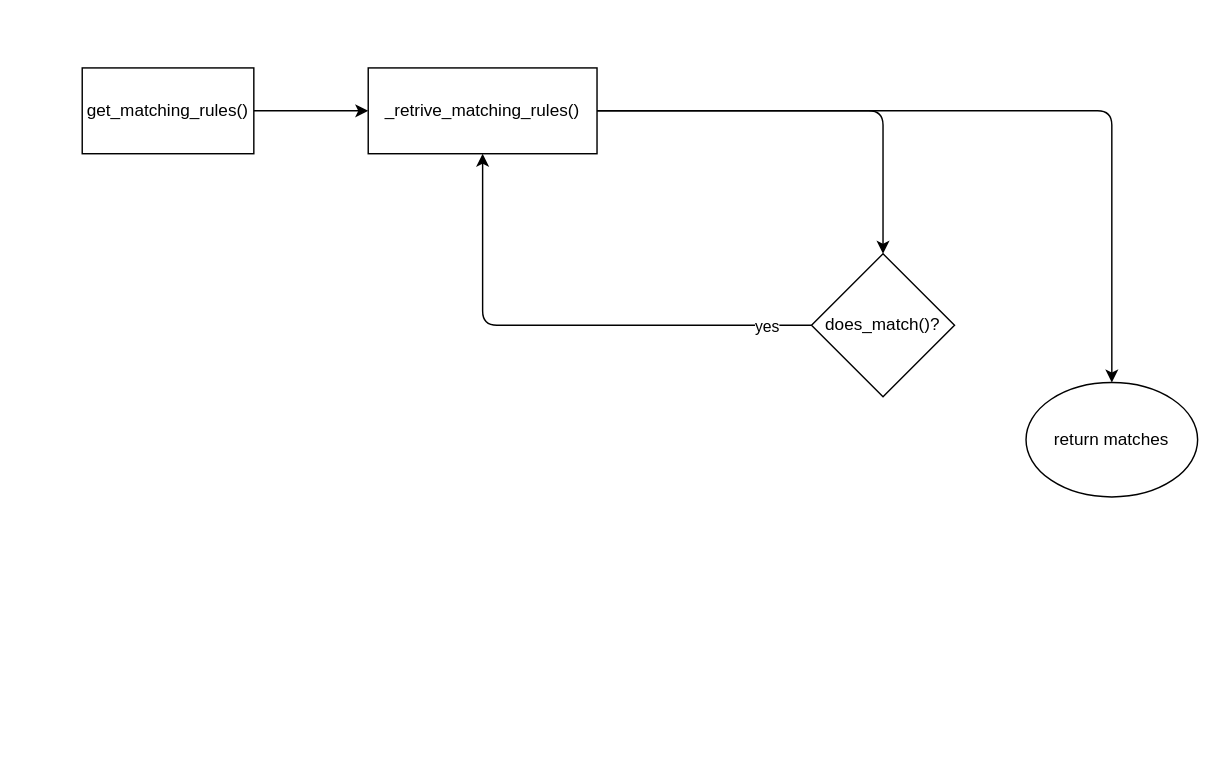
Before: doc/source/development/architecture/diagramms/ruleTree.drawio in fkie-cad/Logprep, a draw.io diagram. Source tidied: cells renumbered, new cells numbered last; positions are measured from the earlier drawing's top-left corner, leaving out a move shared by most shapes. Both pictures are drawn from the tidied source at 143%, with x=0, y=0 at pixel (82, 67).
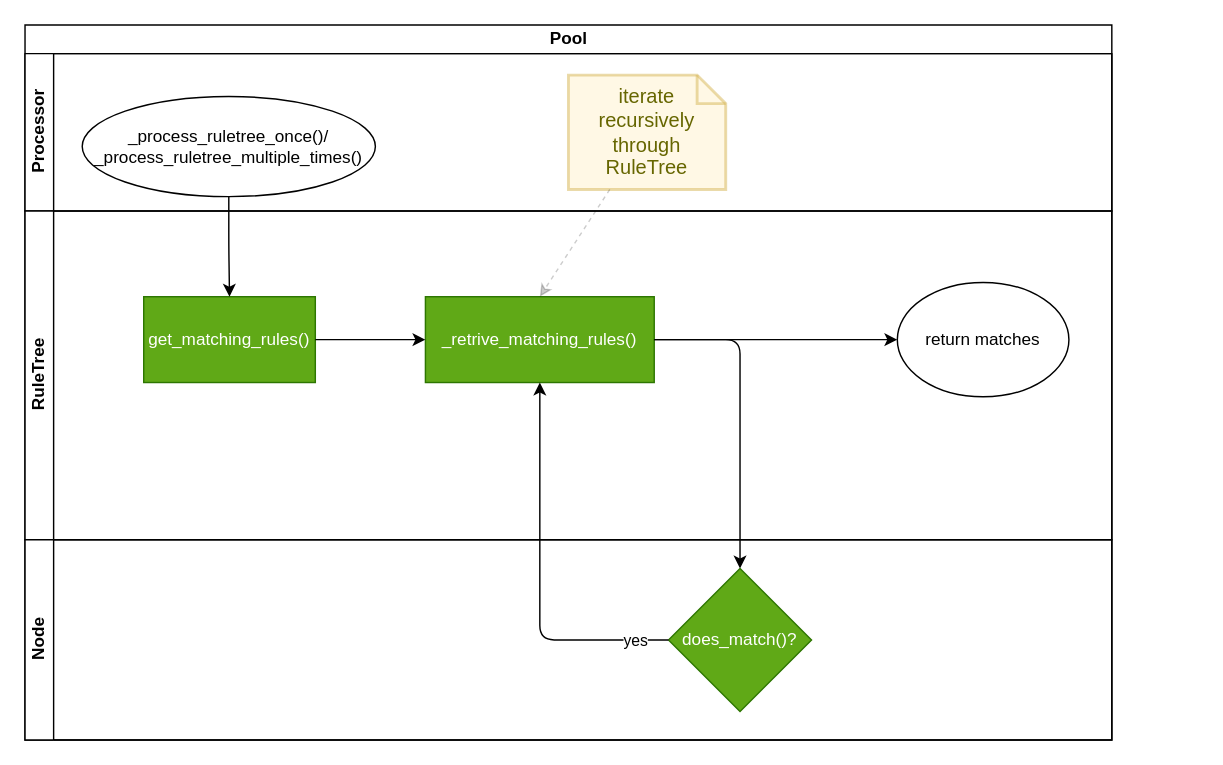
After the change.

Commit message (it also covers changes not shown here):
add html export files and pipelineManager diagramm, update input, output and ruletree diagram

What changed in the source:
```diff
@@
 <mxGraphModel>
   <root>
     <mxCell id="0" />
     <mxCell id="1" parent="0" />
+    <mxCell id="11" value="Pool" style="swimlane;horizontal=1;startSize=20;html=1;" parent="1" vertex="1">
+      <mxGeometry x="-40" y="-30" width="760" height="500" as="geometry" />
+    </mxCell>
+    <mxCell id="12" value="Processor" style="swimlane;startSize=20;horizontal=0;html=1;" parent="11" vertex="1">
+      <mxGeometry y="20" width="760" height="110" as="geometry" />
+    </mxCell>
+    <mxCell id="13" value="_process_ruletree_once()/&lt;br&gt;_process_ruletree_multiple_times()" style="ellipse;whiteSpace=wrap;html=1;" parent="12" vertex="1">
+      <mxGeometry x="40" y="30" width="205" height="70" as="geometry" />
+    </mxCell>
+    <mxCell id="14" value="iterate recursively through RuleTree" style="shape=note;strokeWidth=2;fontSize=14;size=20;whiteSpace=wrap;html=1;fillColor=#fff2cc;strokeColor=#d6b656;fontColor=#666600;opacity=50;" parent="12" vertex="1">
+      <mxGeometry x="380" y="15" width="110" height="80" as="geometry" />
+    </mxCell>
+    <mxCell id="15" value="RuleTree" style="swimlane;startSize=20;horizontal=0;html=1;" parent="11" vertex="1">
+      <mxGeometry y="130" width="760" height="230" as="geometry" />
+    </mxCell>
+    <mxCell id="3" value="get_matching_rules()" style="rounded=0;whiteSpace=wrap;html=1;fillColor=#60a917;fontColor=#ffffff;strokeColor=#2D7600;" parent="15" vertex="1">
+      <mxGeometry x="83" y="60" width="120" height="60" as="geometry" />
+    </mxCell>
+    <mxCell id="6" value="_retrive_matching_rules()" style="whiteSpace=wrap;html=1;rounded=0;fillColor=#60a917;fontColor=#ffffff;strokeColor=#2D7600;" parent="15" vertex="1">
+      <mxGeometry x="280" y="60" width="160" height="60" as="geometry" />
+    </mxCell>
-    <mxCell id="2" style="edgeStyle=orthogonalEdgeStyle;html=1;" parent="1" edge="1" source="3" target="6">
+    <mxCell id="2" style="edgeStyle=orthogonalEdgeStyle;html=1;" parent="15" edge="1" source="3" target="6">
       <mxGeometry relative="1" as="geometry" />
     </mxCell>
-    <mxCell id="3" value="get_matching_rules()" style="rounded=0;whiteSpace=wrap;html=1;" parent="1" vertex="1">
-      <mxGeometry width="120" height="60" as="geometry" />
-    </mxCell>
-    <mxCell id="4" style="edgeStyle=orthogonalEdgeStyle;html=1;exitX=1;exitY=0.5;exitDx=0;exitDy=0;entryX=0.5;entryY=0;entryDx=0;entryDy=0;" parent="1" edge="1" source="6" target="9">
-      <mxGeometry relative="1" as="geometry" />
-    </mxCell>
+    <mxCell id="10" value="return matches" style="ellipse;whiteSpace=wrap;html=1;" parent="15" vertex="1">
+      <mxGeometry x="610" y="50" width="120" height="80" as="geometry" />
+    </mxCell>
-    <mxCell id="5" style="edgeStyle=orthogonalEdgeStyle;html=1;" parent="1" edge="1" source="6" target="10">
+    <mxCell id="5" style="edgeStyle=orthogonalEdgeStyle;html=1;" parent="15" edge="1" source="6" target="10">
       <mxGeometry relative="1" as="geometry" />
     </mxCell>
-    <mxCell id="6" value="_retrive_matching_rules()" style="whiteSpace=wrap;html=1;rounded=0;" parent="1" vertex="1">
-      <mxGeometry x="200" width="160" height="60" as="geometry" />
-    </mxCell>
+    <mxCell id="16" value="Node" style="swimlane;startSize=20;horizontal=0;html=1;" parent="11" vertex="1">
+      <mxGeometry y="360" width="760" height="140" as="geometry" />
+    </mxCell>
+    <mxCell id="9" value="does_match()?" style="rhombus;whiteSpace=wrap;html=1;rounded=0;fillColor=#60a917;fontColor=#ffffff;strokeColor=#2D7600;" parent="16" vertex="1">
+      <mxGeometry x="450" y="20" width="100" height="100" as="geometry" />
+    </mxCell>
+    <mxCell id="17" style="edgeStyle=orthogonalEdgeStyle;html=1;entryX=0.5;entryY=0;entryDx=0;entryDy=0;" parent="11" edge="1" source="13" target="3">
+      <mxGeometry relative="1" as="geometry" />
+    </mxCell>
-    <mxCell id="7" style="edgeStyle=orthogonalEdgeStyle;html=1;entryX=0.5;entryY=1;entryDx=0;entryDy=0;exitX=0;exitY=0.5;exitDx=0;exitDy=0;" parent="1" edge="1" source="9" target="6">
+    <mxCell id="7" style="edgeStyle=orthogonalEdgeStyle;html=1;entryX=0.5;entryY=1;entryDx=0;entryDy=0;exitX=0;exitY=0.5;exitDx=0;exitDy=0;" parent="11" edge="1" source="9" target="6">
       <mxGeometry relative="1" as="geometry" />
     </mxCell>
     <mxCell id="8" value="yes" style="edgeLabel;html=1;align=center;verticalAlign=middle;" parent="7" vertex="1">
       <mxGeometry x="-0.82" relative="1" as="geometry" />
     </mxCell>
-    <mxCell id="9" value="does_match()?" style="rhombus;whiteSpace=wrap;html=1;rounded=0;" parent="1" vertex="1">
-      <mxGeometry x="510" y="130" width="100" height="100" as="geometry" />
-    </mxCell>
-    <mxCell id="10" value="return matches" style="ellipse;whiteSpace=wrap;html=1;" parent="1" vertex="1">
-      <mxGeometry x="660" y="220" width="120" height="80" as="geometry" />
-    </mxCell>
+    <mxCell id="4" style="edgeStyle=orthogonalEdgeStyle;html=1;exitX=1;exitY=0.5;exitDx=0;exitDy=0;entryX=0.5;entryY=0;entryDx=0;entryDy=0;" parent="11" edge="1" source="6" target="9">
+      <mxGeometry relative="1" as="geometry" />
+    </mxCell>
+    <mxCell id="18" style="html=1;entryX=0.5;entryY=0;entryDx=0;entryDy=0;dashed=1;opacity=20;" parent="11" edge="1" source="14" target="6">
+      <mxGeometry relative="1" as="geometry" />
+    </mxCell>
   </root>
 </mxGraphModel>
```
